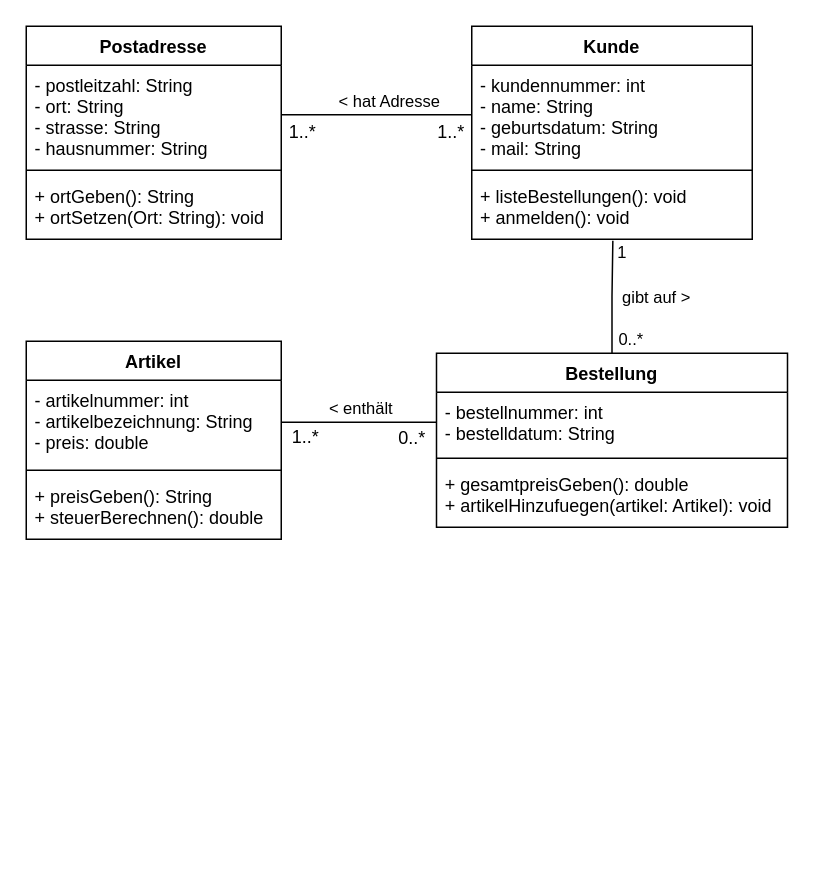
The draw.io diagram page "4.2" (1 of 6) of Softwareentwicklung.drawio in JoernWVSG/diagram, before the edit. Source tidied: cells renumbered, new cells numbered last; positions are measured from the earlier drawing's top-left corner, leaving out a move shared by most shapes. Both pictures are drawn from the tidied source at 150%, with x=0, y=0 at pixel (26, 26).
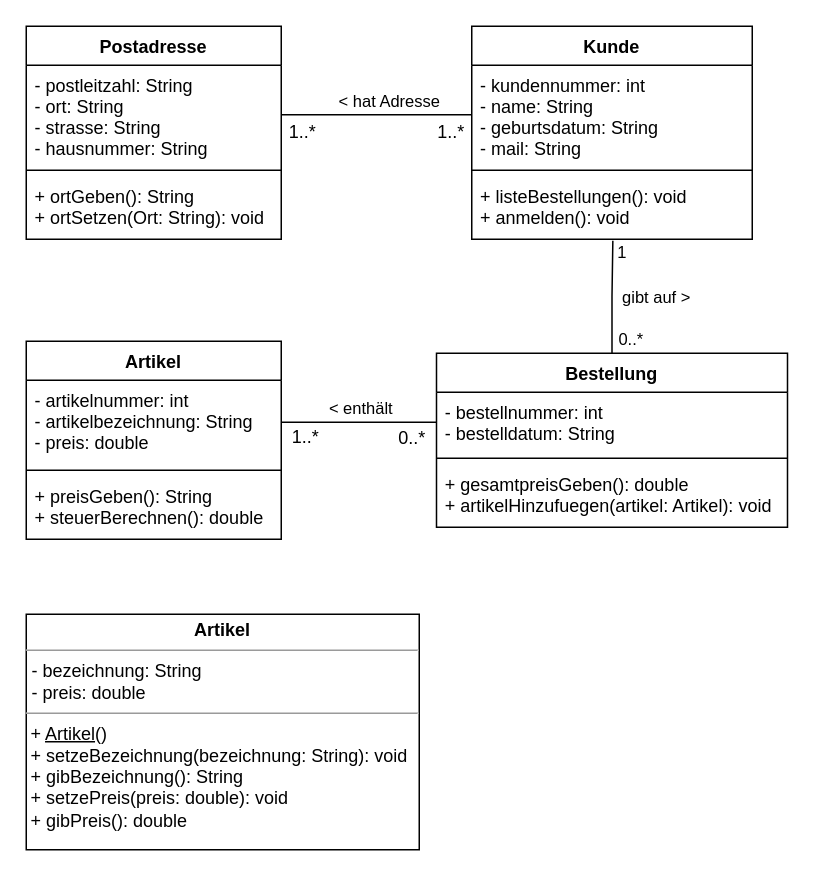
After the change.

Diff of the diagram source:
```diff
@@
+    <mxCell id="30" value="&lt;p style=&quot;margin: 0px ; margin-top: 4px ; text-align: center&quot;&gt;&lt;b&gt;Artikel&lt;/b&gt;&lt;br&gt;&lt;/p&gt;&lt;hr size=&quot;1&quot;&gt;&lt;p style=&quot;margin: 0px ; margin-left: 4px&quot;&gt;- bezeichnung: String&lt;/p&gt;&lt;p style=&quot;margin: 0px ; margin-left: 4px&quot;&gt;- preis: double&lt;br&gt;&lt;/p&gt;&lt;hr size=&quot;1&quot;&gt;&lt;div&gt;&amp;nbsp;+ &lt;u&gt;Artikel&lt;/u&gt;()&lt;br&gt;&lt;/div&gt;&lt;div&gt;&amp;nbsp;+ setzeBezeichnung(bezeichnung: String): void&lt;br&gt;&lt;/div&gt;&lt;div&gt;&amp;nbsp;+ gibBezeichnung(): String&lt;/div&gt;&lt;div&gt;&amp;nbsp;+ setzePreis(preis: double): void&lt;br&gt;&lt;/div&gt;&lt;div&gt;&amp;nbsp;+ gibPreis(): double&lt;/div&gt;" style="verticalAlign=top;align=left;overflow=fill;fontSize=12;fontFamily=Helvetica;html=1;" parent="1" vertex="1">
+      <mxGeometry y="392" width="262" height="157" as="geometry" />
+    </mxCell>
```
